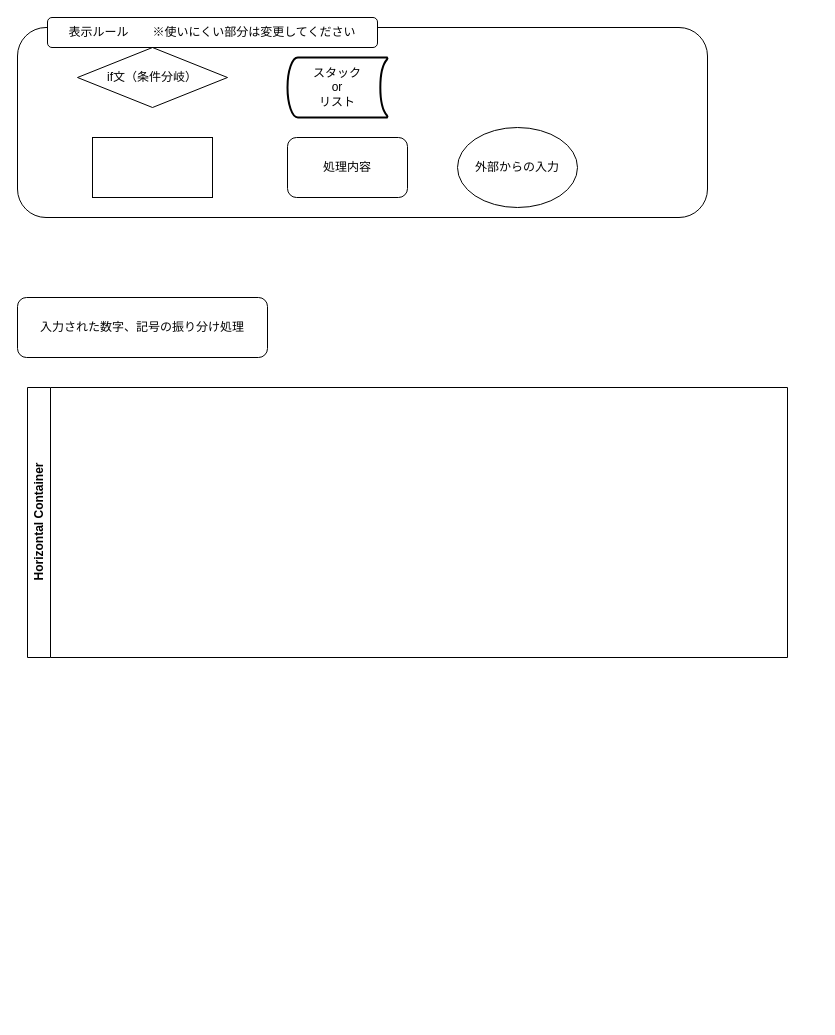
This is DentakuFlowChart.drawio from yuichi-tanaka95/kikaikeisanka, a draw.io file, before an edit. Source tidied: cells renumbered, new cells numbered last; positions are measured from the earlier drawing's top-left corner, leaving out a move shared by most shapes. Both pictures are drawn from the tidied source at 100%, with x=0, y=0 at pixel (17, 17).
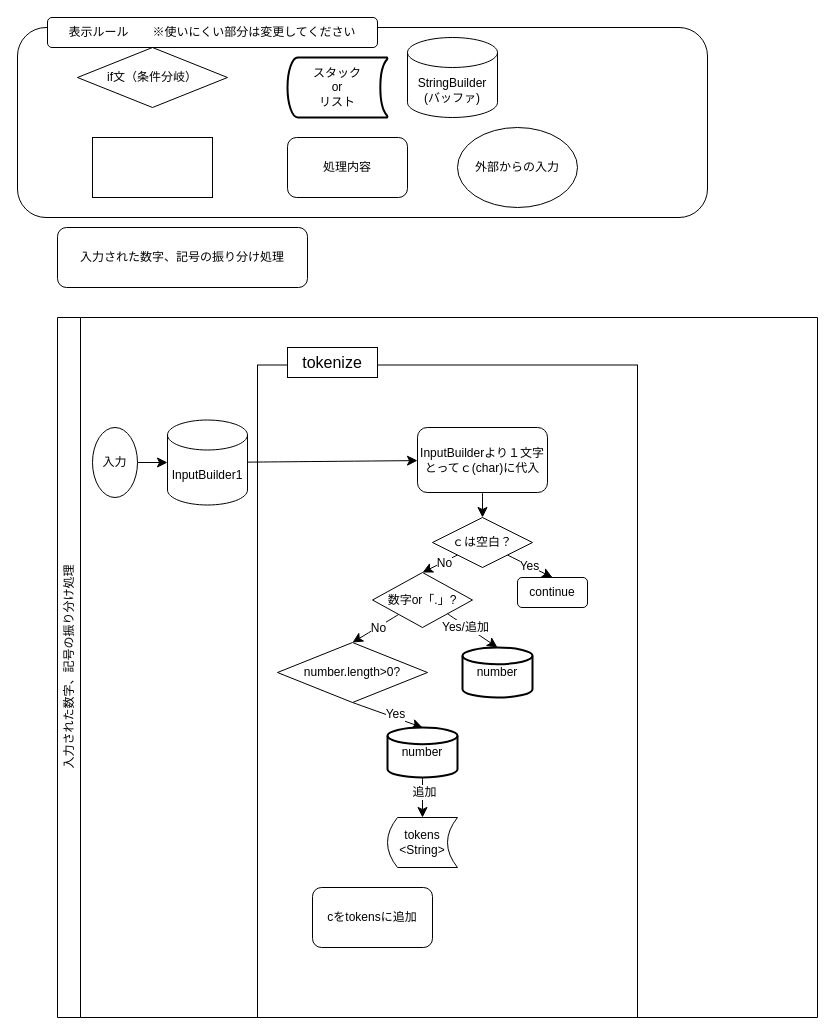
The same diagram, later.

Commit message:
DentakuFlowChart.drawio を更新します

Change to the diagram source:
```diff
@@
-    <mxCell id="2" value="Horizontal Container" style="swimlane;horizontal=0;whiteSpace=wrap;html=1;" parent="1" vertex="1">
-      <mxGeometry x="10" y="370" width="760" height="270" as="geometry" />
+    <mxCell id="2" value="&lt;span style=&quot;font-weight: 400;&quot;&gt;入力された数字、記号の振り分け処理&lt;/span&gt;" style="swimlane;horizontal=0;whiteSpace=wrap;html=1;" parent="1" vertex="1">
+      <mxGeometry x="40" y="300" width="760" height="700" as="geometry" />
     </mxCell>
+    <mxCell id="11" style="rounded=0;whiteSpace=wrap;html=1;fillColor=none;" parent="2" vertex="1">
+      <mxGeometry x="200" y="47.5" width="380" height="652.5" as="geometry" />
+    </mxCell>
+    <mxCell id="12" style="edgeStyle=none;curved=1;rounded=0;jettySize=auto;html=1;fontSize=12;startSize=8;endSize=8;" parent="2" edge="1" source="13" target="15">
+      <mxGeometry relative="1" as="geometry" />
+    </mxCell>
+    <mxCell id="13" value="入力" style="ellipse;whiteSpace=wrap;html=1;" parent="2" vertex="1">
+      <mxGeometry x="35" y="110" width="45" height="70" as="geometry" />
+    </mxCell>
+    <mxCell id="14" style="edgeStyle=none;curved=1;rounded=0;jettySize=auto;html=1;fontSize=12;startSize=8;endSize=8;" parent="2" edge="1" source="15" target="17">
+      <mxGeometry relative="1" as="geometry" />
+    </mxCell>
+    <mxCell id="15" value="InputBuilder1" style="shape=cylinder3;whiteSpace=wrap;html=1;boundedLbl=1;backgroundOutline=1;size=15;" parent="2" vertex="1">
+      <mxGeometry x="110" y="102.5" width="80" height="85" as="geometry" />
+    </mxCell>
+    <mxCell id="16" style="edgeStyle=none;curved=1;rounded=0;jettySize=auto;html=1;fontSize=12;startSize=8;endSize=8;" parent="2" edge="1" source="17" target="21">
+      <mxGeometry relative="1" as="geometry" />
+    </mxCell>
+    <mxCell id="17" value="InputBuilderより１文字とってｃ(char)に代入" style="rounded=1;whiteSpace=wrap;html=1;" parent="2" vertex="1">
+      <mxGeometry x="360" y="110" width="130" height="65" as="geometry" />
+    </mxCell>
+    <mxCell id="18" style="edgeStyle=none;curved=1;rounded=0;jettySize=auto;html=1;entryX=0.5;entryY=0;entryDx=0;entryDy=0;fontSize=12;startSize=8;endSize=8;" parent="2" edge="1" source="21" target="25">
+      <mxGeometry relative="1" as="geometry" />
+    </mxCell>
+    <mxCell id="19" value="No" style="edgeLabel;html=1;align=center;verticalAlign=middle;fontSize=12;" parent="18" vertex="1">
+      <mxGeometry x="-0.17" y="1" relative="1" as="geometry" />
+    </mxCell>
+    <mxCell id="20" value="Yes" style="edgeStyle=none;curved=1;rounded=0;jettySize=auto;html=1;entryX=0.5;entryY=0;entryDx=0;entryDy=0;fontSize=12;startSize=8;endSize=8;" parent="2" edge="1" source="21" target="22">
+      <mxGeometry relative="1" as="geometry" />
+    </mxCell>
+    <mxCell id="21" value="ｃは空白？" style="rhombus;whiteSpace=wrap;html=1;" parent="2" vertex="1">
+      <mxGeometry x="375" y="200" width="100" height="50" as="geometry" />
+    </mxCell>
+    <mxCell id="22" value="continue" style="rounded=1;whiteSpace=wrap;html=1;" parent="2" vertex="1">
+      <mxGeometry x="460" y="260" width="70" height="30" as="geometry" />
+    </mxCell>
+    <mxCell id="23" style="edgeStyle=none;curved=1;rounded=0;jettySize=auto;html=1;entryX=0.5;entryY=0;entryDx=0;entryDy=0;fontSize=12;startSize=8;endSize=8;" parent="2" edge="1" source="25" target="29">
+      <mxGeometry relative="1" as="geometry" />
+    </mxCell>
+    <mxCell id="24" value="No" style="edgeLabel;html=1;align=center;verticalAlign=middle;fontSize=12;" parent="23" vertex="1">
+      <mxGeometry x="-0.07" y="1" relative="1" as="geometry" />
+    </mxCell>
+    <mxCell id="25" value="数字or「.&lt;span style=&quot;background-color: initial;&quot;&gt;」?&lt;/span&gt;" style="rhombus;whiteSpace=wrap;html=1;" parent="2" vertex="1">
+      <mxGeometry x="315" y="255" width="100" height="55" as="geometry" />
+    </mxCell>
+    <mxCell id="26" value="number" style="strokeWidth=2;html=1;shape=mxgraph.flowchart.database;whiteSpace=wrap;" parent="2" vertex="1">
+      <mxGeometry x="405" y="330" width="70" height="50" as="geometry" />
+    </mxCell>
+    <mxCell id="27" style="edgeStyle=none;curved=1;rounded=0;jettySize=auto;html=1;entryX=0.5;entryY=0;entryDx=0;entryDy=0;entryPerimeter=0;fontSize=12;startSize=8;endSize=8;exitX=1;exitY=1;exitDx=0;exitDy=0;" parent="2" edge="1" source="25" target="26">
+      <mxGeometry relative="1" as="geometry" />
+    </mxCell>
+    <mxCell id="28" value="Yes/追加" style="edgeLabel;html=1;align=center;verticalAlign=middle;fontSize=12;" parent="27" vertex="1">
+      <mxGeometry x="-0.26" y="-1" relative="1" as="geometry" />
+    </mxCell>
+    <mxCell id="29" value="number.length&amp;gt;0?" style="rhombus;whiteSpace=wrap;html=1;" parent="2" vertex="1">
+      <mxGeometry x="220" y="325" width="150" height="60" as="geometry" />
+    </mxCell>
+    <mxCell id="30" style="edgeStyle=none;curved=1;rounded=0;jettySize=auto;html=1;exitX=0.5;exitY=1;exitDx=0;exitDy=0;fontSize=12;startSize=8;endSize=8;entryX=0.5;entryY=0;entryDx=0;entryDy=0;entryPerimeter=0;" parent="2" edge="1" source="29" target="34">
+      <mxGeometry relative="1" as="geometry" />
+    </mxCell>
+    <mxCell id="31" value="Yes" style="edgeLabel;html=1;align=center;verticalAlign=middle;fontSize=12;" parent="30" vertex="1">
+      <mxGeometry x="0.19" y="3" relative="1" as="geometry" />
+    </mxCell>
+    <mxCell id="32" style="edgeStyle=none;curved=1;rounded=0;jettySize=auto;html=1;fontSize=12;startSize=8;endSize=8;entryX=0.5;entryY=0;entryDx=0;entryDy=0;" parent="2" edge="1" source="34" target="35">
+      <mxGeometry relative="1" as="geometry" />
+    </mxCell>
+    <mxCell id="33" value="追加" style="edgeLabel;html=1;align=center;verticalAlign=middle;fontSize=12;" parent="32" vertex="1">
+      <mxGeometry x="-0.29" y="1" relative="1" as="geometry" />
+    </mxCell>
+    <mxCell id="34" value="number" style="strokeWidth=2;html=1;shape=mxgraph.flowchart.database;whiteSpace=wrap;" parent="2" vertex="1">
+      <mxGeometry x="330" y="410" width="70" height="50" as="geometry" />
+    </mxCell>
+    <mxCell id="35" value="&lt;div&gt;tokens&lt;/div&gt;&amp;lt;String&amp;gt;" style="shape=dataStorage;whiteSpace=wrap;html=1;fixedSize=1;size=10;" parent="2" vertex="1">
+      <mxGeometry x="330" y="500" width="70" height="50" as="geometry" />
+    </mxCell>
+    <mxCell id="36" value="&lt;font style=&quot;font-size: 16px;&quot;&gt;tokenize&lt;/font&gt;" style="rounded=0;whiteSpace=wrap;html=1;" parent="2" vertex="1">
+      <mxGeometry x="230" y="30" width="90" height="30" as="geometry" />
+    </mxCell>
+    <mxCell id="37" value="cをtokensに追加" style="rounded=1;whiteSpace=wrap;html=1;" parent="2" vertex="1">
+      <mxGeometry x="255" y="570" width="120" height="60" as="geometry" />
+    </mxCell>
@@
     <mxCell id="8" value="入力された数字、記号の振り分け処理" style="rounded=1;whiteSpace=wrap;html=1;" parent="1" vertex="1">
-      <mxGeometry y="280" width="250" height="60" as="geometry" />
+      <mxGeometry x="40" y="210" width="250" height="60" as="geometry" />
     </mxCell>
@@
+    <mxCell id="38" value="StringBuilder&lt;div&gt;(バッファ)&lt;/div&gt;" style="shape=cylinder3;whiteSpace=wrap;html=1;boundedLbl=1;backgroundOutline=1;size=15;" parent="1" vertex="1">
+      <mxGeometry x="390" y="20" width="90" height="80" as="geometry" />
+    </mxCell>
```
